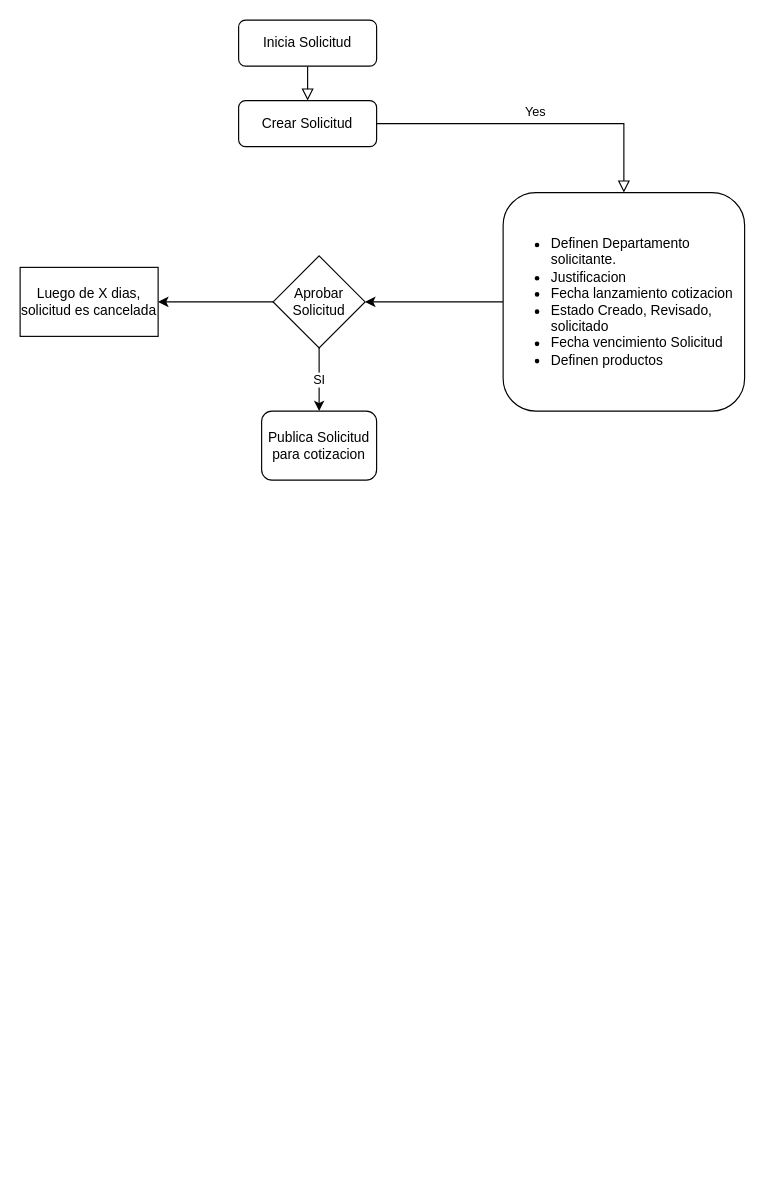
lagaguate/doscCompras keeps this draw.io diagram as page "Solicitar" (1 of 3) of Compras.drawio. Above is the earlier version. Source tidied: cells renumbered, new cells numbered last; positions are measured from the earlier drawing's top-left corner, leaving out a move shared by most shapes. Both pictures are drawn from the tidied source at 115%, with x=0, y=0 at pixel (20, 20).
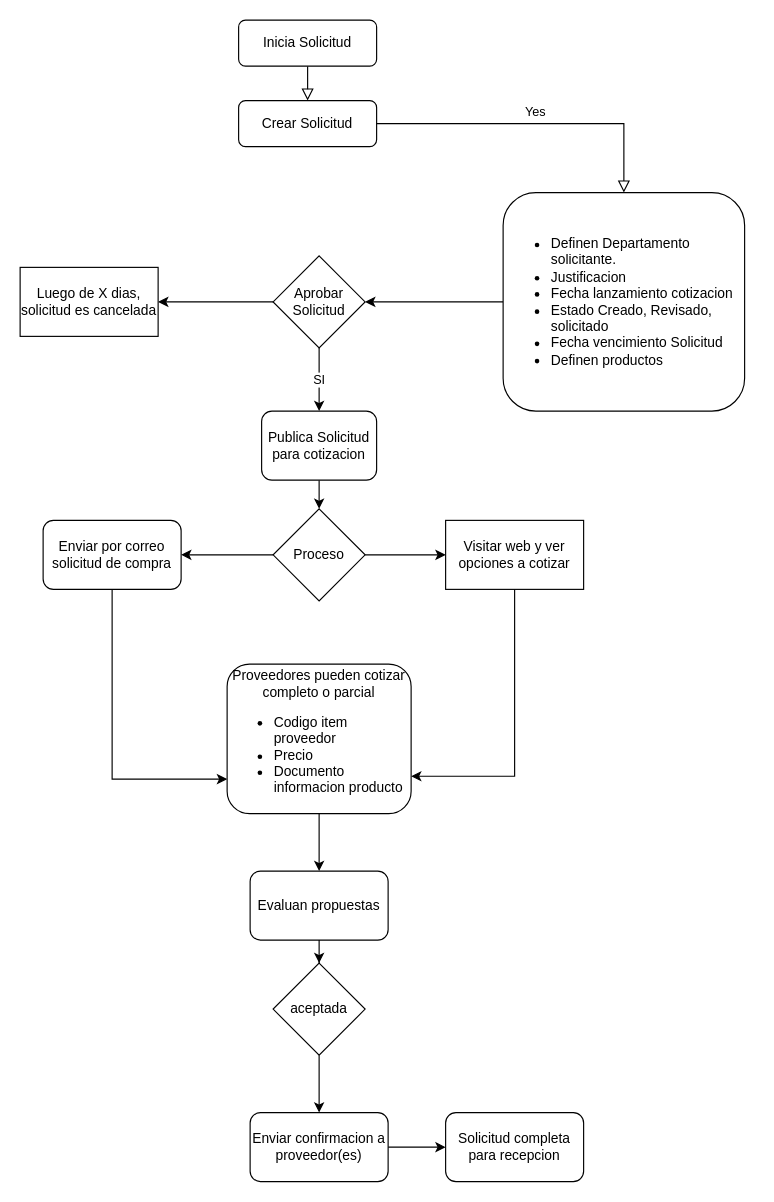
The same page after the edit.

Commit message (it also covers changes not shown here):
Agrego proceso de registro proveedores

The change refers to these unchanged cells:
```xml
<mxCell id="12" value="Publica Solicitud para cotizacion" style="rounded=1;whiteSpace=wrap;html=1;" parent="1" vertex="1">
  <mxGeometry x="210" y="340" width="100" height="60" as="geometry" />
</mxCell>
```

Change to the diagram source:
```diff
@@
+    <mxCell id="14" style="edgeStyle=orthogonalEdgeStyle;rounded=0;jettySize=auto;html=1;entryX=0.5;entryY=0;entryDx=0;entryDy=0;" parent="1" edge="1" source="12" target="19">
+      <mxGeometry relative="1" as="geometry" />
+    </mxCell>
@@
+    <mxCell id="15" style="edgeStyle=orthogonalEdgeStyle;rounded=0;jettySize=auto;html=1;" parent="1" edge="1" source="16" target="23">
+      <mxGeometry relative="1" as="geometry">
+        <Array as="points">
+          <mxPoint x="80" y="660" />
+        </Array>
+      </mxGeometry>
+    </mxCell>
+    <mxCell id="16" value="Enviar por correo solicitud de compra" style="rounded=1;whiteSpace=wrap;html=1;" parent="1" vertex="1">
+      <mxGeometry x="20" y="435" width="120" height="60" as="geometry" />
+    </mxCell>
+    <mxCell id="17" style="edgeStyle=orthogonalEdgeStyle;rounded=0;jettySize=auto;html=1;entryX=1;entryY=0.5;entryDx=0;entryDy=0;" parent="1" edge="1" source="19" target="16">
+      <mxGeometry relative="1" as="geometry" />
+    </mxCell>
+    <mxCell id="18" style="edgeStyle=orthogonalEdgeStyle;rounded=0;jettySize=auto;html=1;" parent="1" edge="1" source="19" target="21">
+      <mxGeometry relative="1" as="geometry" />
+    </mxCell>
+    <mxCell id="19" value="Proceso" style="rhombus;whiteSpace=wrap;html=1;" parent="1" vertex="1">
+      <mxGeometry x="220" y="425" width="80" height="80" as="geometry" />
+    </mxCell>
+    <mxCell id="20" style="rounded=0;jettySize=auto;html=1;entryX=1;entryY=0.75;entryDx=0;entryDy=0;elbow=vertical;edgeStyle=orthogonalEdgeStyle;exitX=0.5;exitY=1;exitDx=0;exitDy=0;" parent="1" edge="1" source="21" target="23">
+      <mxGeometry relative="1" as="geometry" />
+    </mxCell>
+    <mxCell id="21" value="Visitar web y ver opciones a cotizar" style="whiteSpace=wrap;html=1;" parent="1" vertex="1">
+      <mxGeometry x="370" y="435" width="120" height="60" as="geometry" />
+    </mxCell>
+    <mxCell id="22" style="edgeStyle=orthogonalEdgeStyle;rounded=0;jettySize=auto;html=1;entryX=0.5;entryY=0;entryDx=0;entryDy=0;" parent="1" edge="1" source="23" target="25">
+      <mxGeometry relative="1" as="geometry" />
+    </mxCell>
+    <mxCell id="23" value="Proveedores pueden cotizar completo o parcial&lt;br&gt;&lt;ul&gt;&lt;li style=&quot;text-align: left;&quot;&gt;Codigo item proveedor&lt;/li&gt;&lt;li style=&quot;text-align: left;&quot;&gt;Precio&lt;/li&gt;&lt;li style=&quot;text-align: left;&quot;&gt;Documento informacion producto&lt;/li&gt;&lt;/ul&gt;" style="rounded=1;whiteSpace=wrap;html=1;" parent="1" vertex="1">
+      <mxGeometry x="180" y="560" width="160" height="130" as="geometry" />
+    </mxCell>
+    <mxCell id="24" style="edgeStyle=orthogonalEdgeStyle;rounded=0;jettySize=auto;html=1;entryX=0.5;entryY=0;entryDx=0;entryDy=0;" parent="1" edge="1" source="25" target="29">
+      <mxGeometry relative="1" as="geometry" />
+    </mxCell>
+    <mxCell id="25" value="Evaluan propuestas" style="rounded=1;whiteSpace=wrap;html=1;" parent="1" vertex="1">
+      <mxGeometry x="200" y="740" width="120" height="60" as="geometry" />
+    </mxCell>
+    <mxCell id="26" style="edgeStyle=orthogonalEdgeStyle;rounded=0;jettySize=auto;html=1;" parent="1" edge="1" source="27" target="30">
+      <mxGeometry relative="1" as="geometry" />
+    </mxCell>
+    <mxCell id="27" value="Enviar confirmacion a proveedor(es)" style="rounded=1;whiteSpace=wrap;html=1;" parent="1" vertex="1">
+      <mxGeometry x="200" y="950" width="120" height="60" as="geometry" />
+    </mxCell>
+    <mxCell id="28" style="edgeStyle=orthogonalEdgeStyle;rounded=0;jettySize=auto;html=1;" parent="1" edge="1" source="29" target="27">
+      <mxGeometry relative="1" as="geometry" />
+    </mxCell>
+    <mxCell id="29" value="aceptada" style="rhombus;whiteSpace=wrap;html=1;" parent="1" vertex="1">
+      <mxGeometry x="220" y="820" width="80" height="80" as="geometry" />
+    </mxCell>
+    <mxCell id="30" value="Solicitud completa para recepcion" style="rounded=1;whiteSpace=wrap;html=1;" parent="1" vertex="1">
+      <mxGeometry x="370" y="950" width="120" height="60" as="geometry" />
+    </mxCell>
```
